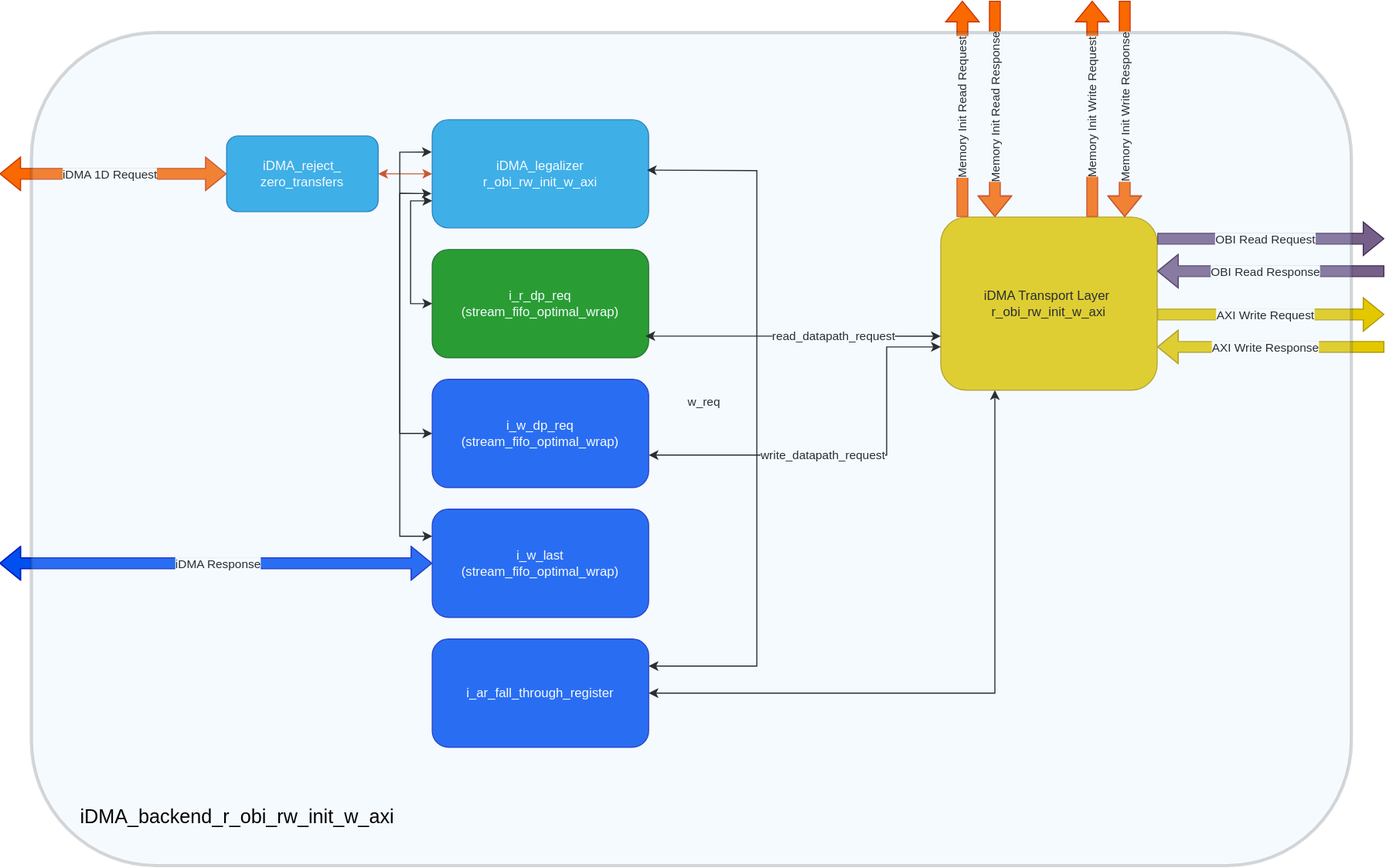
This is docs/images/iDMA_backend_r_obi_rw_init_w_axi.drawio.svg from FondazioneChipsIT/iDMA, a draw.io export, as it was before one commit. Source tidied: cells renumbered, new cells last; positions are measured from the earlier drawing's top-left corner, leaving out a move shared by most shapes.
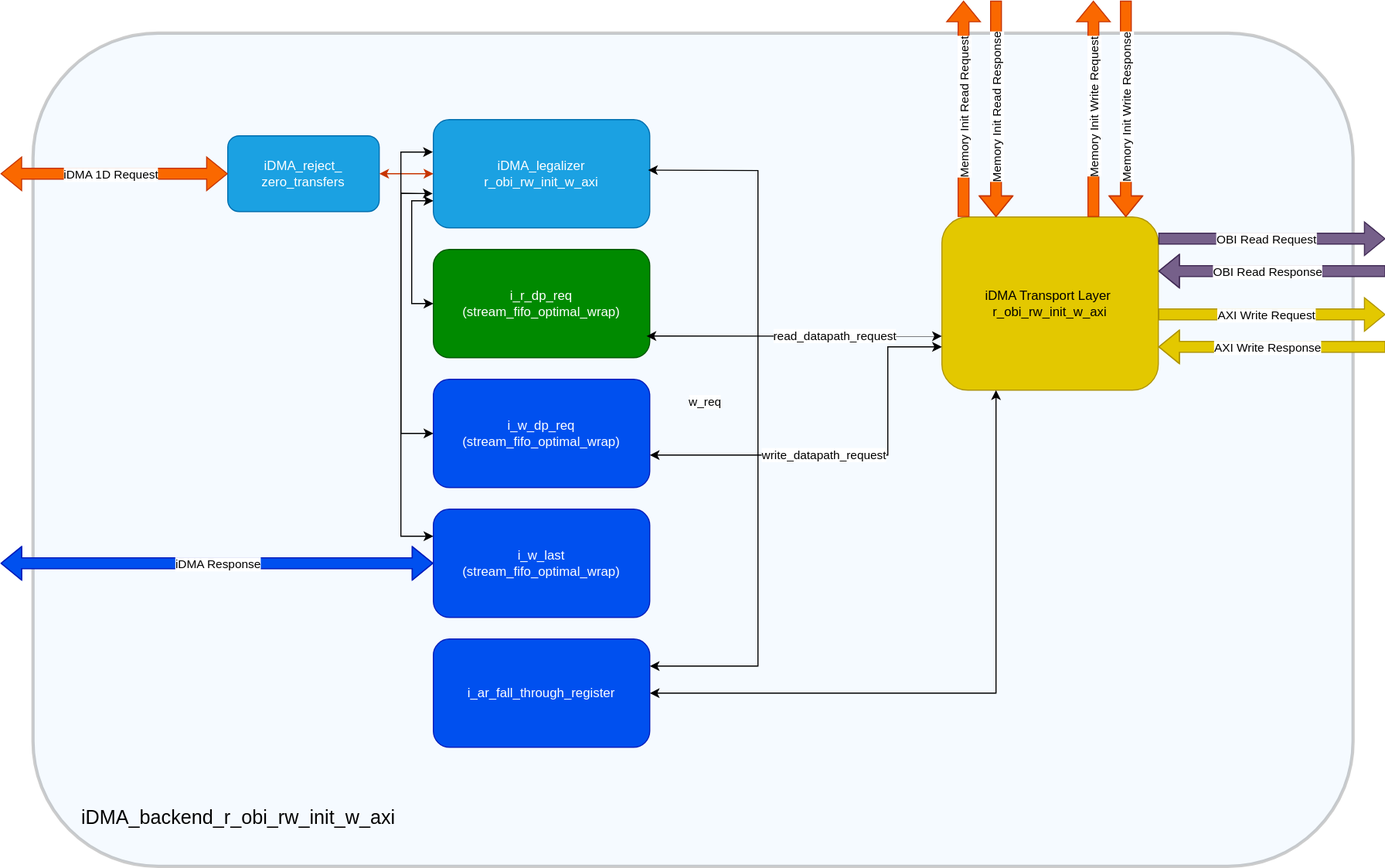
The same file after the commit.

Commit message:
[iDMA DOCS] Update image for backend r_obi_w_axi

Diff of the diagram source:
```diff
@@ -2,6 +2,9 @@
   <root>
     <mxCell id="0" />
     <mxCell id="1" parent="0" />
+    <mxCell id="40" style="rounded=1;whiteSpace=wrap;html=1;fillColor=#cce5ff;strokeWidth=3;strokeColor=#000000;opacity=20;" parent="1" vertex="1">
+      <mxGeometry x="30" y="30" width="1220" height="770" as="geometry" />
+    </mxCell>
     <mxCell id="2" value="iDMA_legalizer&lt;div&gt;r_obi_rw_init_w_axi&lt;/div&gt;" style="rounded=1;whiteSpace=wrap;html=1;fillColor=#1ba1e2;fontColor=light-dark(#FFFFFF,#000000);strokeColor=#006EAF;" parent="1" vertex="1">
       <mxGeometry x="400" y="110" width="200" height="100" as="geometry" />
     </mxCell>
@@ -52,7 +55,7 @@
     <mxCell id="14" value="&lt;div&gt;iDMA Transport Layer&amp;nbsp;&lt;/div&gt;&lt;div&gt;r_obi_rw_init_w_axi&lt;/div&gt;" style="rounded=1;whiteSpace=wrap;html=1;fillColor=#e3c800;fontColor=#000000;strokeColor=#B09500;" parent="1" vertex="1">
       <mxGeometry x="870" y="200" width="200" height="160" as="geometry" />
     </mxCell>
-    <mxCell id="15" style="endArrow=classic;startArrow=classic;html=1;rounded=0;exitX=0.985;exitY=0.8;exitDx=0;exitDy=0;exitPerimeter=0;entryX=0;entryY=0.688;entryDx=0;entryDy=0;entryPerimeter=0;" parent="1" edge="1" source="3" target="14">
+    <mxCell id="15" style="endArrow=classic;startArrow=classic;html=1;rounded=0;exitX=0.985;exitY=0.8;exitDx=0;exitDy=0;exitPerimeter=0;entryX=0;entryY=0.688;entryDx=0;entryDy=0;entryPerimeter=0;strokeColor=#000000;" parent="1" edge="1" source="3" target="14">
       <mxGeometry relative="1" as="geometry" />
     </mxCell>
     <mxCell id="16" value="read_datapath_request" style="edgeLabel;html=1;align=center;verticalAlign=middle;" parent="15" vertex="1">
@@ -60,7 +63,7 @@
         <mxPoint x="32" as="offset" />
       </mxGeometry>
     </mxCell>
-    <mxCell id="17" style="endArrow=classic;startArrow=classic;html=1;rounded=0;exitX=0.985;exitY=0.8;exitDx=0;exitDy=0;exitPerimeter=0;entryX=0;entryY=0.75;entryDx=0;entryDy=0;" parent="1" edge="1" target="14">
+    <mxCell id="17" style="endArrow=classic;startArrow=classic;html=1;rounded=0;exitX=0.985;exitY=0.8;exitDx=0;exitDy=0;exitPerimeter=0;entryX=0;entryY=0.75;entryDx=0;entryDy=0;strokeColor=#000000;" parent="1" edge="1" target="14">
       <mxGeometry relative="1" as="geometry">
         <mxPoint x="600" y="420" as="sourcePoint" />
         <Array as="points">
@@ -74,7 +77,7 @@
         <mxPoint x="5" as="offset" />
       </mxGeometry>
     </mxCell>
-    <mxCell id="19" style="endArrow=classic;startArrow=classic;html=1;rounded=0;entryX=0;entryY=0.75;entryDx=0;entryDy=0;exitX=0;exitY=0.5;exitDx=0;exitDy=0;" parent="1" edge="1" source="3" target="2">
+    <mxCell id="19" style="endArrow=classic;startArrow=classic;html=1;rounded=0;entryX=0;entryY=0.75;entryDx=0;entryDy=0;exitX=0;exitY=0.5;exitDx=0;exitDy=0;strokeColor=#000000;" parent="1" edge="1" source="3" target="2">
       <mxGeometry relative="1" as="geometry">
         <Array as="points">
           <mxPoint x="380" y="280" />
@@ -83,7 +86,7 @@
         </Array>
       </mxGeometry>
     </mxCell>
-    <mxCell id="20" style="endArrow=classic;startArrow=classic;html=1;rounded=0;entryX=-0.003;entryY=0.683;entryDx=0;entryDy=0;exitX=0;exitY=0.5;exitDx=0;exitDy=0;entryPerimeter=0;" parent="1" edge="1" source="4" target="2">
+    <mxCell id="20" style="endArrow=classic;startArrow=classic;html=1;rounded=0;entryX=-0.003;entryY=0.683;entryDx=0;entryDy=0;exitX=0;exitY=0.5;exitDx=0;exitDy=0;entryPerimeter=0;strokeColor=#000000;" parent="1" edge="1" source="4" target="2">
       <mxGeometry relative="1" as="geometry">
         <Array as="points">
           <mxPoint x="370" y="400" />
@@ -91,7 +94,7 @@
         </Array>
       </mxGeometry>
     </mxCell>
-    <mxCell id="21" style="endArrow=classic;startArrow=classic;html=1;rounded=0;entryX=0.992;entryY=0.466;entryDx=0;entryDy=0;entryPerimeter=0;exitX=1;exitY=0.25;exitDx=0;exitDy=0;" parent="1" edge="1" source="11" target="2">
+    <mxCell id="21" style="endArrow=classic;startArrow=classic;html=1;rounded=0;entryX=0.992;entryY=0.466;entryDx=0;entryDy=0;entryPerimeter=0;exitX=1;exitY=0.25;exitDx=0;exitDy=0;strokeColor=#000000;" parent="1" edge="1" source="11" target="2">
       <mxGeometry relative="1" as="geometry">
         <Array as="points">
           <mxPoint x="700" y="615" />
@@ -199,14 +202,14 @@
         <mxPoint x="-1" y="-13" as="offset" />
       </mxGeometry>
     </mxCell>
-    <mxCell id="38" style="endArrow=classic;startArrow=classic;html=1;rounded=0;exitX=1;exitY=0.5;exitDx=0;exitDy=0;entryX=0.25;entryY=1;entryDx=0;entryDy=0;" parent="1" edge="1" source="11" target="14">
+    <mxCell id="38" style="endArrow=classic;startArrow=classic;html=1;rounded=0;exitX=1;exitY=0.5;exitDx=0;exitDy=0;entryX=0.25;entryY=1;entryDx=0;entryDy=0;strokeColor=#000000;" parent="1" edge="1" source="11" target="14">
       <mxGeometry relative="1" as="geometry">
         <Array as="points">
           <mxPoint x="920" y="640" />
         </Array>
       </mxGeometry>
     </mxCell>
-    <mxCell id="39" style="endArrow=classic;startArrow=classic;html=1;rounded=0;entryX=-0.002;entryY=0.299;entryDx=0;entryDy=0;entryPerimeter=0;exitX=0;exitY=0.25;exitDx=0;exitDy=0;" parent="1" edge="1" source="5" target="2">
+    <mxCell id="39" style="endArrow=classic;startArrow=classic;html=1;rounded=0;entryX=-0.002;entryY=0.299;entryDx=0;entryDy=0;entryPerimeter=0;exitX=0;exitY=0.25;exitDx=0;exitDy=0;strokeColor=#000000;" parent="1" edge="1" source="5" target="2">
       <mxGeometry relative="1" as="geometry">
         <Array as="points">
           <mxPoint x="370" y="495" />
@@ -214,9 +217,6 @@
         </Array>
       </mxGeometry>
     </mxCell>
-    <mxCell id="40" style="rounded=1;whiteSpace=wrap;html=1;fillColor=#cce5ff;strokeWidth=3;strokeColor=#36393d;opacity=20;" parent="1" vertex="1">
-      <mxGeometry x="30" y="30" width="1220" height="770" as="geometry" />
-    </mxCell>
     <mxCell id="41" value="iDMA_backend_r_obi_rw_init_w_axi" style="text;html=1;whiteSpace=wrap;strokeColor=none;fillColor=none;align=center;verticalAlign=middle;rounded=0;fontSize=18;" parent="1" vertex="1">
       <mxGeometry x="190" y="740" width="60" height="30" as="geometry" />
     </mxCell>
```
